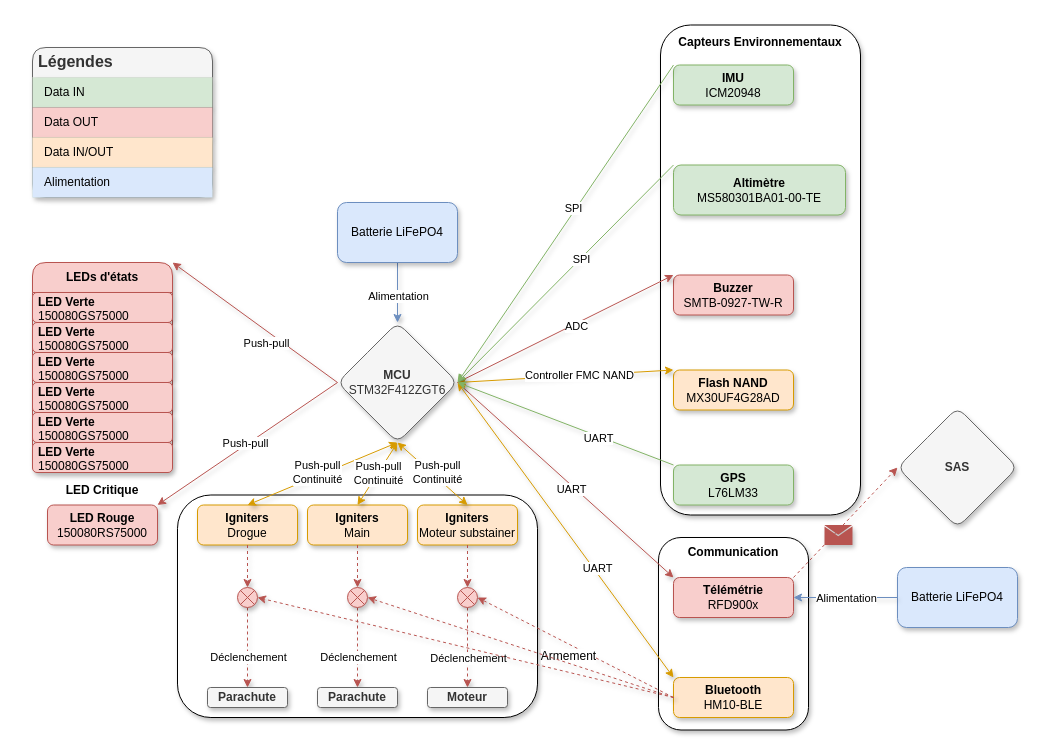
This is Documentation/ODB2/Explications/Diagram_ODB2.drawio from GAULAvionique2024-2025/Ordinateur-de-bord, a draw.io file, before an edit. Source tidied: cells renumbered, new cells numbered last; positions are measured from the earlier drawing's top-left corner, leaving out a move shared by most shapes. Both pictures are drawn from the tidied source at 100%, with x=0, y=0 at pixel (32, 25).
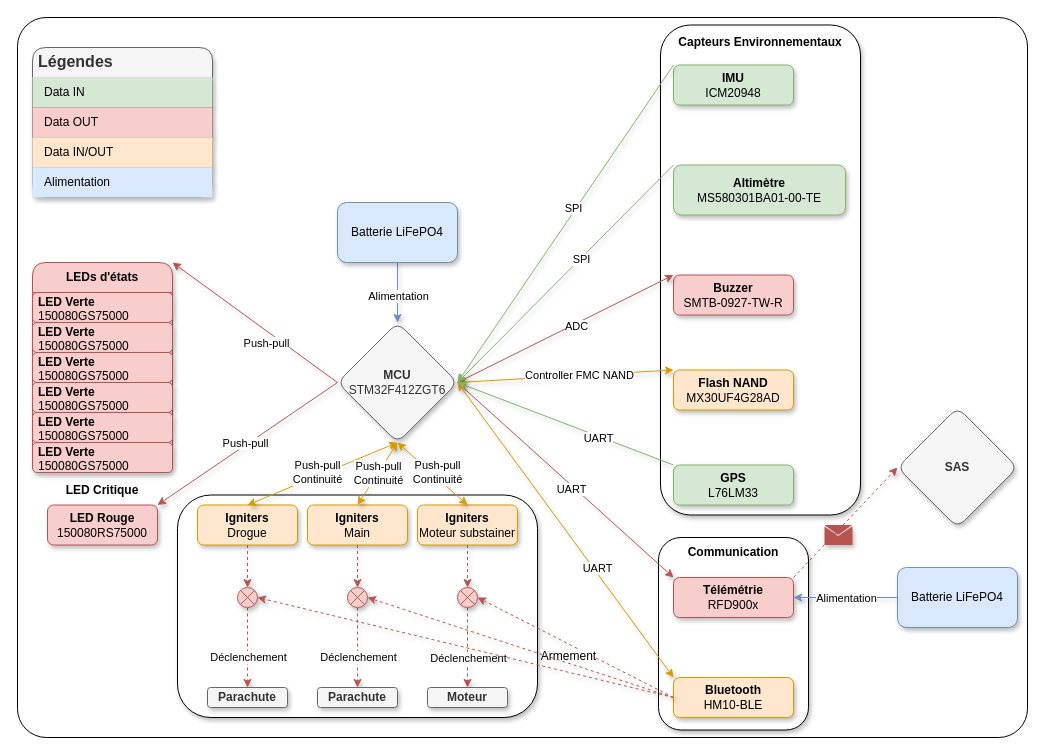
After the change.

Change to the diagram source:
```diff
@@
+    <mxCell id="88" style="rounded=1;whiteSpace=wrap;html=1;arcSize=4;" parent="1" vertex="1">
+      <mxGeometry x="-15" y="-8" width="1010" height="720" as="geometry" />
+    </mxCell>
```
